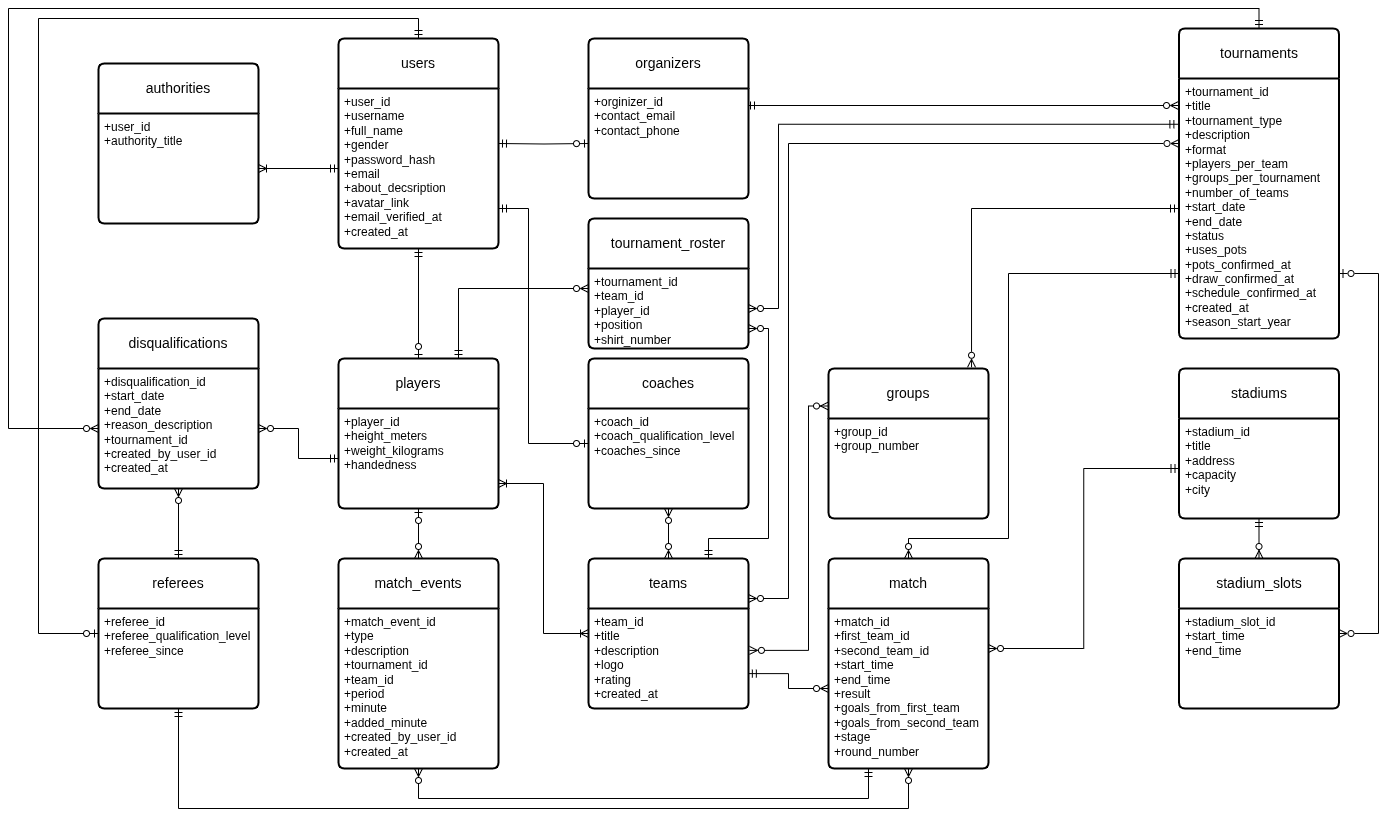
The draw.io diagram presentation/concept-model.png in vodobryshkin/is-course-work-0, before a commit. Source tidied: cells renumbered, new cells last; positions are measured from the earlier drawing's top-left corner, leaving out a move shared by most shapes.
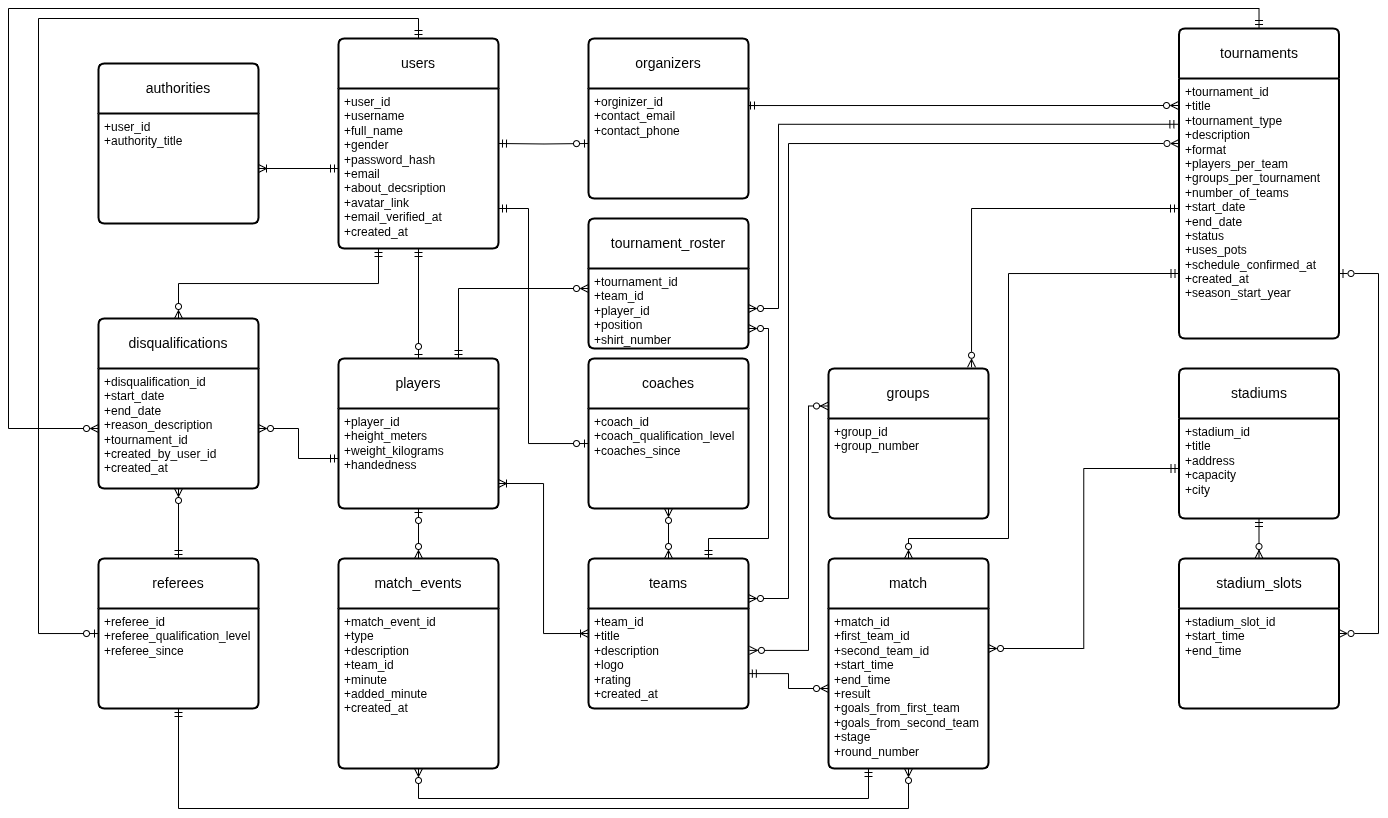
The same file after the commit.

Commit message:
Добавил нужные связи в концептуальную и удалил лишние поля

What changed in the source:
```diff
@@ -38,13 +38,13 @@
     <mxCell id="11" value="match_events" style="swimlane;horizontal=1;startSize=50;rounded=1;fontSize=14;fontStyle=0;strokeWidth=2;shadow=0;dashed=0;align=center;arcSize=4;whiteSpace=wrap;html=1;" parent="1" vertex="1">
       <mxGeometry x="330" y="550" width="160" height="210" as="geometry" />
     </mxCell>
-    <mxCell id="12" value="+match_event_id&lt;br&gt;+type&lt;br&gt;+description&lt;br&gt;+tournament_id&lt;br&gt;+team_id&lt;br&gt;+period&lt;br&gt;+minute&lt;br&gt;+added_minute&lt;br&gt;+created_by_user_id&lt;br&gt;+created_at&lt;br&gt;" style="align=left;strokeColor=none;fillColor=none;spacingLeft=4;fontSize=12;verticalAlign=top;html=1;" parent="11" vertex="1">
+    <mxCell id="12" value="+match_event_id&lt;br&gt;+type&lt;br&gt;+description&lt;br&gt;+team_id&lt;br&gt;+minute&lt;br&gt;+added_minute&lt;br&gt;+created_at" style="align=left;strokeColor=none;fillColor=none;spacingLeft=4;fontSize=12;verticalAlign=top;html=1;" parent="11" vertex="1">
       <mxGeometry y="50" width="160" height="160" as="geometry" />
     </mxCell>
     <mxCell id="13" value="tournaments" style="swimlane;horizontal=1;startSize=50;rounded=1;fontSize=14;fontStyle=0;strokeWidth=2;shadow=0;dashed=0;align=center;arcSize=4;whiteSpace=wrap;html=1;" parent="1" vertex="1">
       <mxGeometry x="1170.5" y="20" width="160" height="310" as="geometry" />
     </mxCell>
-    <mxCell id="14" value="+tournament_id&lt;br&gt;+title&lt;br&gt;+tournament_type&lt;br&gt;+description&lt;br&gt;+format&lt;br&gt;+players_per_team&lt;br&gt;+groups_per_tournament&lt;br&gt;+number_of_teams&lt;br&gt;+start_date&lt;br&gt;+end_date&lt;br&gt;+status&lt;br&gt;+uses_pots&lt;br&gt;+pots_confirmed_at&lt;br&gt;+draw_confirmed_at&lt;br&gt;+schedule_confirmed_at&lt;br&gt;+created_at&lt;br&gt;+season_start_year" style="align=left;strokeColor=none;fillColor=none;spacingLeft=4;fontSize=12;verticalAlign=top;html=1;" parent="13" vertex="1">
+    <mxCell id="14" value="+tournament_id&lt;br&gt;+title&lt;br&gt;+tournament_type&lt;br&gt;+description&lt;br&gt;+format&lt;br&gt;+players_per_team&lt;br&gt;+groups_per_tournament&lt;br&gt;+number_of_teams&lt;br&gt;+start_date&lt;br&gt;+end_date&lt;br&gt;+status&lt;br&gt;+uses_pots&lt;br&gt;+schedule_confirmed_at&lt;br&gt;+created_at&lt;br&gt;+season_start_year" style="align=left;strokeColor=none;fillColor=none;spacingLeft=4;fontSize=12;verticalAlign=top;html=1;" parent="13" vertex="1">
       <mxGeometry y="50" width="160" height="260" as="geometry" />
     </mxCell>
     <mxCell id="15" style="edgeStyle=orthogonalEdgeStyle;rounded=0;jettySize=auto;html=1;endArrow=ERmandOne;endFill=0;startArrow=ERzeroToMany;startFill=0;exitX=0.894;exitY=-0.008;exitDx=0;exitDy=0;exitPerimeter=0;" parent="1" edge="1" source="16">
@@ -240,5 +240,8 @@
         </Array>
       </mxGeometry>
     </mxCell>
+    <mxCell id="57" style="edgeStyle=orthogonalEdgeStyle;rounded=0;jettySize=auto;html=1;exitX=0.25;exitY=1;exitDx=0;exitDy=0;entryX=0.5;entryY=0;entryDx=0;entryDy=0;startArrow=ERmandOne;startFill=0;endArrow=ERzeroToMany;endFill=0;" parent="1" edge="1" source="39" target="34">
+      <mxGeometry relative="1" as="geometry" />
+    </mxCell>
   </root>
 </mxGraphModel>
```
